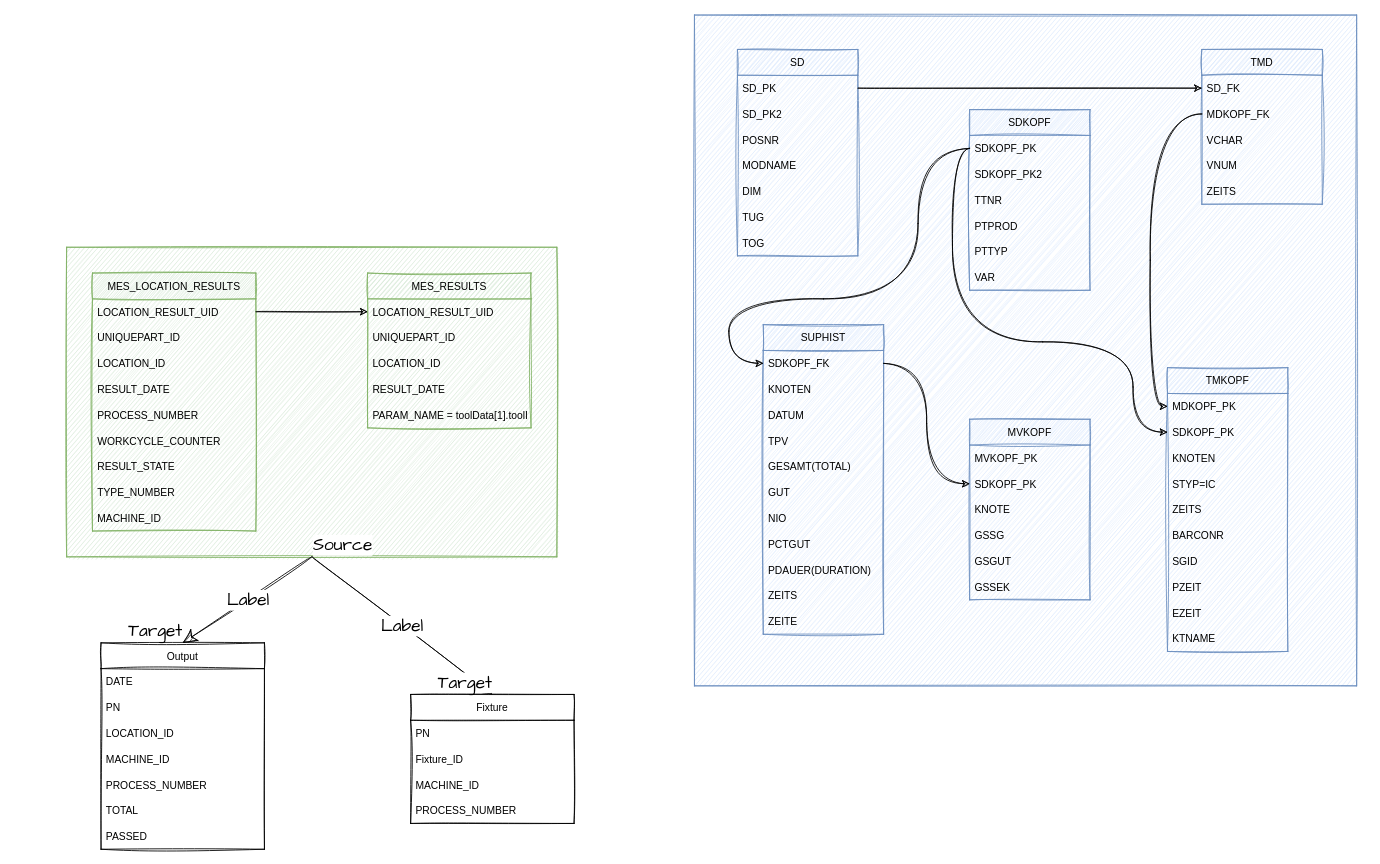
Before: Untitled Diagram.drawio in lijzszh/lijzszh, a draw.io diagram. Source tidied: cells renumbered, new cells numbered last; positions are measured from the earlier drawing's top-left corner, leaving out a move shared by most shapes. Both pictures are drawn from the tidied source at 86%, with x=0, y=0 at pixel (66, 15).
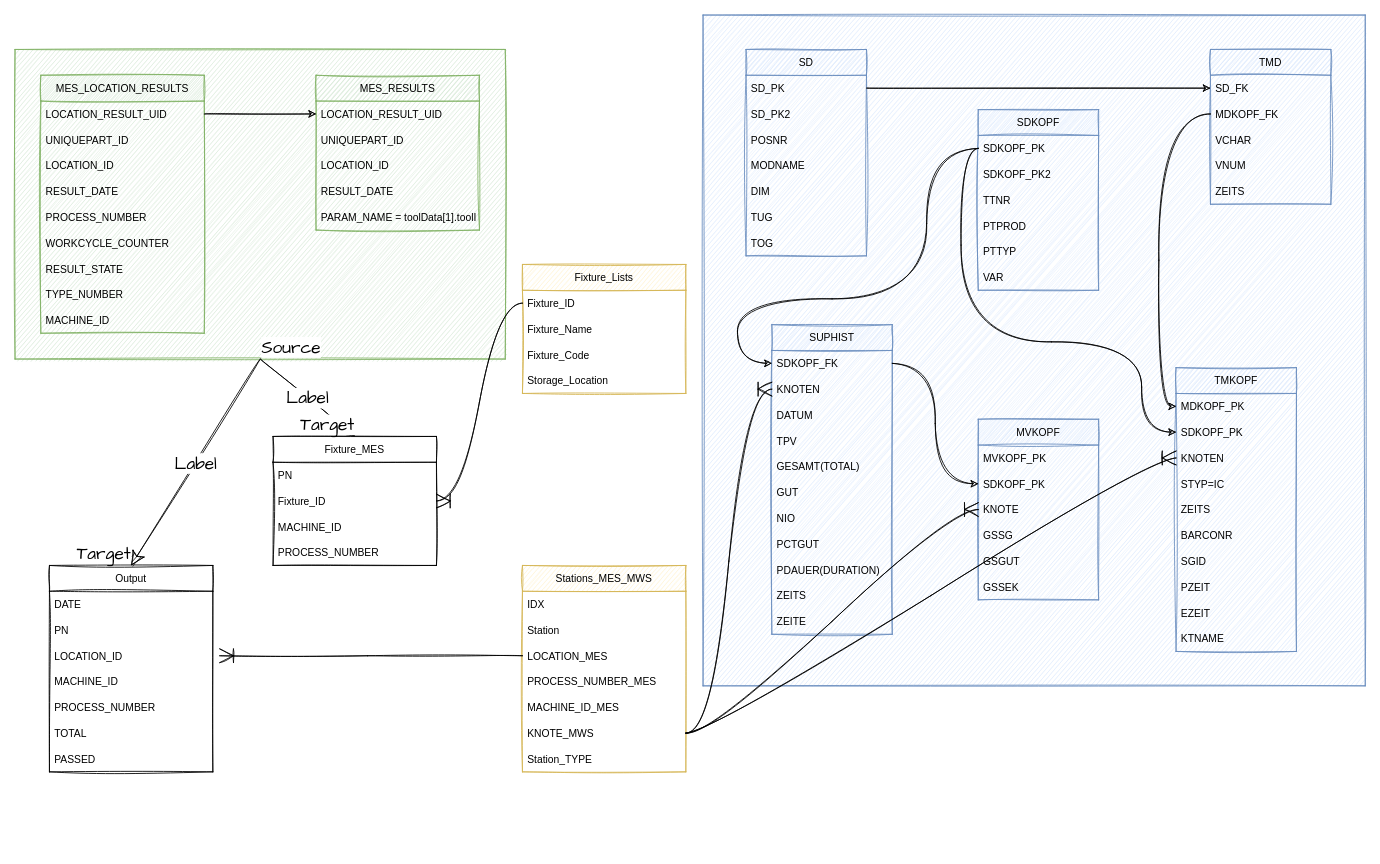
The same diagram, later.

The change refers to these unchanged cells:
```xml
<mxCell id="5" value="LOCATION_ID" style="text;strokeColor=none;fillColor=none;align=left;verticalAlign=middle;spacingLeft=4;spacingRight=4;overflow=hidden;points=[[0,0.5],[1,0.5]];portConstraint=eastwest;rounded=0;sketch=1;" parent="2" vertex="1">
  <mxGeometry y="90" width="190" height="30" as="geometry" />
</mxCell>
<mxCell id="12" value="Fixture_ID" style="text;strokeColor=none;fillColor=none;align=left;verticalAlign=middle;spacingLeft=4;spacingRight=4;overflow=hidden;points=[[0,0.5],[1,0.5]];portConstraint=eastwest;rounded=0;sketch=1;" parent="10" vertex="1">
  <mxGeometry y="60" width="190" height="30" as="geometry" />
</mxCell>
<mxCell id="28" value="KNOTEN" style="text;strokeColor=none;fillColor=none;align=left;verticalAlign=middle;spacingLeft=4;spacingRight=4;overflow=hidden;points=[[0,0.5],[1,0.5]];portConstraint=eastwest;rounded=0;sketch=1;" parent="25" vertex="1">
  <mxGeometry y="90" width="140" height="30" as="geometry" />
</mxCell>
<mxCell id="39" value="KNOTE" style="text;strokeColor=none;fillColor=none;align=left;verticalAlign=middle;spacingLeft=4;spacingRight=4;overflow=hidden;points=[[0,0.5],[1,0.5]];portConstraint=eastwest;rounded=0;sketch=1;" parent="36" vertex="1">
  <mxGeometry y="90" width="140" height="30" as="geometry" />
</mxCell>
<mxCell id="58" value="KNOTEN" style="text;strokeColor=none;fillColor=none;align=left;verticalAlign=middle;spacingLeft=4;spacingRight=4;overflow=hidden;points=[[0,0.5],[1,0.5]];portConstraint=eastwest;rounded=0;sketch=1;" parent="56" vertex="1">
  <mxGeometry y="60" width="140" height="30" as="geometry" />
</mxCell>
```

Change to the diagram source:
```diff
@@
     <mxCell id="2" value="Output" style="swimlane;fontStyle=0;horizontal=1;startSize=30;rounded=0;sketch=1;" parent="1" vertex="1">
-      <mxGeometry x="40" y="730" width="190" height="240" as="geometry" />
+      <mxGeometry x="-20" y="640" width="190" height="240" as="geometry" />
     </mxCell>
@@
-    <mxCell id="10" value="Fixture" style="swimlane;fontStyle=0;horizontal=1;startSize=30;rounded=0;sketch=1;" parent="1" vertex="1">
-      <mxGeometry x="400" y="790" width="190" height="150" as="geometry" />
+    <mxCell id="10" value="Fixture_MES" style="swimlane;fontStyle=0;horizontal=1;startSize=30;rounded=0;sketch=1;" parent="1" vertex="1">
+      <mxGeometry x="240" y="490" width="190" height="150" as="geometry" />
     </mxCell>
@@
     <mxCell id="15" style="group;rounded=0;sketch=1;" parent="1" vertex="1">
-      <mxGeometry x="730" width="770" height="780" as="geometry" />
+      <mxGeometry x="740" width="770" height="780" as="geometry" />
     </mxCell>
@@
     <mxCell id="73" style="group;rounded=0;sketch=1;" parent="1" vertex="1">
-      <mxGeometry y="270" width="570" height="360" as="geometry" />
+      <mxGeometry x="-60" y="40" width="570" height="360" as="geometry" />
     </mxCell>
@@
+    <mxCell id="100" value="Fixture_Lists" style="swimlane;fontStyle=0;horizontal=1;startSize=30;rounded=0;sketch=1;fillColor=#fff2cc;strokeColor=#d6b656;" parent="1" vertex="1">
+      <mxGeometry x="530" y="290" width="190" height="150" as="geometry" />
+    </mxCell>
+    <mxCell id="101" value="Fixture_ID" style="text;strokeColor=none;fillColor=none;align=left;verticalAlign=middle;spacingLeft=4;spacingRight=4;overflow=hidden;points=[[0,0.5],[1,0.5]];portConstraint=eastwest;rounded=0;sketch=1;" parent="100" vertex="1">
+      <mxGeometry y="30" width="190" height="30" as="geometry" />
+    </mxCell>
+    <mxCell id="102" value="Fixture_Name" style="text;strokeColor=none;fillColor=none;align=left;verticalAlign=middle;spacingLeft=4;spacingRight=4;overflow=hidden;rounded=0;sketch=1;" parent="100" vertex="1">
+      <mxGeometry y="60" width="190" height="30" as="geometry" />
+    </mxCell>
+    <mxCell id="103" value="Fixture_Code" style="text;strokeColor=none;fillColor=none;align=left;verticalAlign=middle;spacingLeft=4;spacingRight=4;overflow=hidden;rounded=0;sketch=1;" parent="100" vertex="1">
+      <mxGeometry y="90" width="190" height="30" as="geometry" />
+    </mxCell>
+    <mxCell id="104" value="Storage_Location" style="text;strokeColor=none;fillColor=none;align=left;verticalAlign=middle;spacingLeft=4;spacingRight=4;overflow=hidden;rounded=0;sketch=1;" parent="100" vertex="1">
+      <mxGeometry y="120" width="190" height="30" as="geometry" />
+    </mxCell>
+    <mxCell id="105" style="edgeStyle=entityRelationEdgeStyle;fontSize=12;html=1;endArrow=ERoneToMany;rounded=0;sketch=1;hachureGap=4;fontFamily=Architects Daughter;startSize=14;endSize=14;sourcePerimeterSpacing=8;targetPerimeterSpacing=8;curved=1;exitX=0;exitY=0.5;exitDx=0;exitDy=0;entryX=1;entryY=0.5;entryDx=0;entryDy=0;" parent="1" edge="1" source="101" target="12">
+      <mxGeometry relative="1" as="geometry" />
+    </mxCell>
+    <mxCell id="106" value="Stations_MES_MWS" style="swimlane;fontStyle=0;horizontal=1;startSize=30;rounded=0;sketch=1;fillColor=#fff2cc;strokeColor=#d6b656;" parent="1" vertex="1">
+      <mxGeometry x="530" y="640" width="190" height="240" as="geometry" />
+    </mxCell>
+    <mxCell id="107" value="IDX" style="text;strokeColor=none;fillColor=none;align=left;verticalAlign=middle;spacingLeft=4;spacingRight=4;overflow=hidden;rounded=0;sketch=1;" parent="106" vertex="1">
+      <mxGeometry y="30" width="190" height="30" as="geometry" />
+    </mxCell>
+    <mxCell id="108" value="Station" style="text;strokeColor=none;fillColor=none;align=left;verticalAlign=middle;spacingLeft=4;spacingRight=4;overflow=hidden;rounded=0;sketch=1;" parent="106" vertex="1">
+      <mxGeometry y="60" width="190" height="30" as="geometry" />
+    </mxCell>
+    <mxCell id="109" value="LOCATION_MES" style="text;strokeColor=none;fillColor=none;align=left;verticalAlign=middle;spacingLeft=4;spacingRight=4;overflow=hidden;points=[[0,0.5],[1,0.5]];portConstraint=eastwest;rounded=0;sketch=1;" parent="106" vertex="1">
+      <mxGeometry y="90" width="190" height="30" as="geometry" />
+    </mxCell>
+    <mxCell id="110" value="PROCESS_NUMBER_MES" style="text;strokeColor=none;fillColor=none;align=left;verticalAlign=middle;spacingLeft=4;spacingRight=4;overflow=hidden;rounded=0;sketch=1;" parent="106" vertex="1">
+      <mxGeometry y="120" width="190" height="30" as="geometry" />
+    </mxCell>
+    <mxCell id="111" value="MACHINE_ID_MES" style="text;strokeColor=none;fillColor=none;align=left;verticalAlign=middle;spacingLeft=4;spacingRight=4;overflow=hidden;rounded=0;sketch=1;" parent="106" vertex="1">
+      <mxGeometry y="150" width="190" height="30" as="geometry" />
+    </mxCell>
+    <mxCell id="112" value="KNOTE_MWS" style="text;strokeColor=none;fillColor=none;align=left;verticalAlign=middle;spacingLeft=4;spacingRight=4;overflow=hidden;points=[[0,0.5],[1,0.5]];portConstraint=eastwest;rounded=0;sketch=1;" parent="106" vertex="1">
+      <mxGeometry y="180" width="190" height="30" as="geometry" />
+    </mxCell>
+    <mxCell id="113" value="Station_TYPE" style="text;strokeColor=none;fillColor=none;align=left;verticalAlign=middle;spacingLeft=4;spacingRight=4;overflow=hidden;rounded=0;sketch=1;" parent="106" vertex="1">
+      <mxGeometry y="210" width="190" height="30" as="geometry" />
+    </mxCell>
+    <mxCell id="114" style="edgeStyle=entityRelationEdgeStyle;fontSize=12;html=1;endArrow=ERoneToMany;rounded=0;sketch=1;hachureGap=4;fontFamily=Architects Daughter;startSize=14;endSize=14;sourcePerimeterSpacing=8;targetPerimeterSpacing=8;curved=1;exitX=1;exitY=0.5;exitDx=0;exitDy=0;entryX=0;entryY=0.5;entryDx=0;entryDy=0;" parent="1" edge="1" source="112" target="58">
+      <mxGeometry relative="1" as="geometry" />
+    </mxCell>
+    <mxCell id="115" style="edgeStyle=entityRelationEdgeStyle;fontSize=12;html=1;endArrow=ERoneToMany;rounded=0;sketch=1;hachureGap=4;fontFamily=Architects Daughter;startSize=14;endSize=14;sourcePerimeterSpacing=8;targetPerimeterSpacing=8;curved=1;exitX=1;exitY=0.5;exitDx=0;exitDy=0;entryX=0;entryY=0.5;entryDx=0;entryDy=0;" parent="1" edge="1" source="112" target="39">
+      <mxGeometry relative="1" as="geometry" />
+    </mxCell>
+    <mxCell id="116" style="edgeStyle=entityRelationEdgeStyle;fontSize=12;html=1;endArrow=ERoneToMany;rounded=0;sketch=1;hachureGap=4;fontFamily=Architects Daughter;startSize=14;endSize=14;sourcePerimeterSpacing=8;targetPerimeterSpacing=8;curved=1;entryX=0;entryY=0.5;entryDx=0;entryDy=0;exitX=1;exitY=0.5;exitDx=0;exitDy=0;" parent="1" edge="1" source="112" target="28">
+      <mxGeometry relative="1" as="geometry" />
+    </mxCell>
+    <mxCell id="117" style="edgeStyle=entityRelationEdgeStyle;fontSize=12;html=1;endArrow=ERoneToMany;rounded=0;sketch=1;hachureGap=4;fontFamily=Architects Daughter;startSize=14;endSize=14;sourcePerimeterSpacing=8;targetPerimeterSpacing=8;curved=1;exitX=0;exitY=0.5;exitDx=0;exitDy=0;" parent="1" edge="1" source="109" target="5">
+      <mxGeometry relative="1" as="geometry" />
+    </mxCell>
```
